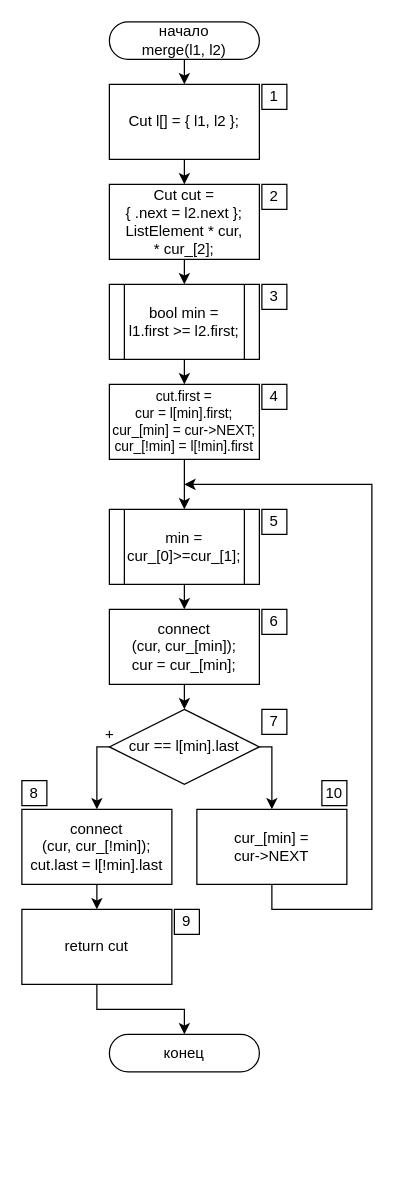
This is ПЗ/Diagrams/merge.drawio from Killfrra/AnP, a draw.io file, before an edit. Source tidied: cells renumbered, new cells numbered last; positions are measured from the earlier drawing's top-left corner, leaving out a move shared by most shapes. Both pictures are drawn from the tidied source at 125%, with x=0, y=0 at pixel (21, 21).
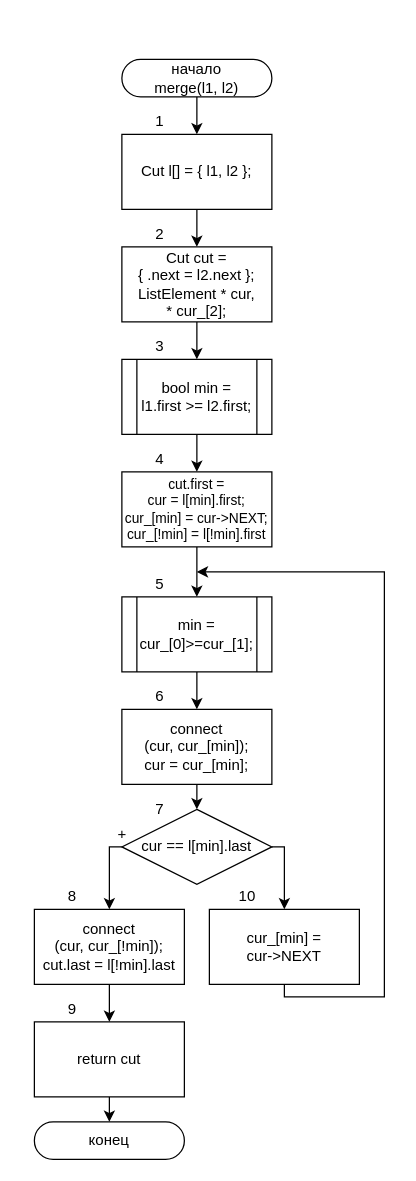
Above is the later version.

What changed in the source:
```diff
@@
     <mxCell id="3" value="начало&lt;br&gt;merge(l1, l2)" style="rounded=1;whiteSpace=wrap;html=1;arcSize=50;" parent="1" vertex="1">
-      <mxGeometry x="70" width="120" height="30" as="geometry" />
+      <mxGeometry x="80" y="30" width="120" height="30" as="geometry" />
     </mxCell>
     <mxCell id="4" value="конец" style="rounded=1;whiteSpace=wrap;html=1;arcSize=50;" parent="1" vertex="1">
-      <mxGeometry x="70" y="810" width="120" height="30" as="geometry" />
+      <mxGeometry x="10" y="880" width="120" height="30" as="geometry" />
     </mxCell>
     <mxCell id="5" value="cur == l[min].last" style="rhombus;whiteSpace=wrap;html=1;rounded=0;" parent="1" vertex="1">
-      <mxGeometry x="70" y="550" width="120" height="60" as="geometry" />
+      <mxGeometry x="80" y="630" width="120" height="60" as="geometry" />
     </mxCell>
@@
     <mxCell id="7" value="return cut" style="rounded=0;whiteSpace=wrap;html=1;" parent="1" vertex="1">
-      <mxGeometry y="710" width="120" height="60" as="geometry" />
+      <mxGeometry x="10" y="800" width="120" height="60" as="geometry" />
     </mxCell>
@@
     <mxCell id="9" value="connect&lt;br&gt;(cur, cur_[!min]);&lt;br&gt;cut.last = l[!min].last" style="rounded=0;whiteSpace=wrap;html=1;" parent="1" vertex="1">
-      <mxGeometry y="630" width="120" height="60" as="geometry" />
+      <mxGeometry x="10" y="710" width="120" height="60" as="geometry" />
     </mxCell>
     <mxCell id="10" style="edgeStyle=orthogonalEdgeStyle;rounded=0;jettySize=auto;html=1;exitX=0.5;exitY=1;exitDx=0;exitDy=0;" parent="1" edge="1" source="11">
       <mxGeometry relative="1" as="geometry">
-        <mxPoint x="130" y="370" as="targetPoint" />
+        <mxPoint x="140" y="440" as="targetPoint" />
         <Array as="points">
-          <mxPoint x="200" y="710" />
-          <mxPoint x="280" y="710" />
-          <mxPoint x="280" y="370" />
+          <mxPoint x="210" y="780" />
+          <mxPoint x="290" y="780" />
+          <mxPoint x="290" y="440" />
         </Array>
       </mxGeometry>
     </mxCell>
     <mxCell id="11" value="cur_[min] =&lt;br&gt;cur-&amp;gt;NEXT" style="rounded=0;whiteSpace=wrap;html=1;" parent="1" vertex="1">
-      <mxGeometry x="140" y="630" width="120" height="60" as="geometry" />
+      <mxGeometry x="150" y="710" width="120" height="60" as="geometry" />
     </mxCell>
     <mxCell id="12" style="edgeStyle=orthogonalEdgeStyle;rounded=0;jettySize=auto;html=1;exitX=0;exitY=0.5;exitDx=0;exitDy=0;entryX=0.5;entryY=0;entryDx=0;entryDy=0;" parent="1" edge="1" source="5" target="9">
       <mxGeometry relative="1" as="geometry">
         <Array as="points">
-          <mxPoint x="60" y="580" />
+          <mxPoint x="70" y="660" />
         </Array>
       </mxGeometry>
     </mxCell>
     <mxCell id="13" style="edgeStyle=orthogonalEdgeStyle;rounded=0;jettySize=auto;html=1;exitX=1;exitY=0.5;exitDx=0;exitDy=0;entryX=0.5;entryY=0;entryDx=0;entryDy=0;" parent="1" edge="1" source="5" target="11">
       <mxGeometry relative="1" as="geometry">
         <Array as="points">
-          <mxPoint x="200" y="580" />
+          <mxPoint x="210" y="660" />
         </Array>
       </mxGeometry>
     </mxCell>
@@
     <mxCell id="15" value="min =&lt;br&gt;cur_[0]&amp;gt;=cur_[1];" style="shape=process;whiteSpace=wrap;html=1;backgroundOutline=1;fontFamily=Helvetica;fontSize=12;fontColor=#000000;align=center;strokeColor=#000000;fillColor=#ffffff;" parent="1" vertex="1">
-      <mxGeometry x="70" y="390" width="120" height="60" as="geometry" />
+      <mxGeometry x="80" y="460" width="120" height="60" as="geometry" />
     </mxCell>
@@
     <mxCell id="17" value="bool min =&lt;br&gt;l1.first &amp;gt;= l2.first;" style="shape=process;whiteSpace=wrap;html=1;backgroundOutline=1;fontFamily=Helvetica;fontSize=12;fontColor=#000000;align=center;strokeColor=#000000;fillColor=#ffffff;" parent="1" vertex="1">
-      <mxGeometry x="70" y="210" width="120" height="60" as="geometry" />
+      <mxGeometry x="80" y="270" width="120" height="60" as="geometry" />
     </mxCell>
@@
     <mxCell id="19" value="&lt;p&gt;&lt;font style=&quot;font-size: 12px&quot;&gt;Cut cut =&lt;br&gt;{ .next = l2.next };&lt;br&gt;&lt;/font&gt;&lt;font style=&quot;font-size: 12px&quot;&gt;ListElement * cur,&lt;br&gt;* cur_[2];&lt;/font&gt;&lt;/p&gt;" style="rounded=0;whiteSpace=wrap;html=1;" parent="1" vertex="1">
-      <mxGeometry x="70" y="130" width="120" height="60" as="geometry" />
+      <mxGeometry x="80" y="180" width="120" height="60" as="geometry" />
     </mxCell>
@@
     <mxCell id="21" value="&lt;font style=&quot;font-size: 11px&quot;&gt;cut.first =&lt;br&gt;cur = l[min].first;&lt;br&gt;cur_[min] = cur-&amp;gt;NEXT;&lt;br&gt;cur_[!min] = l[!min].first&lt;/font&gt;" style="rounded=0;whiteSpace=wrap;html=1;fontSize=10;" parent="1" vertex="1">
-      <mxGeometry x="70" y="290" width="120" height="60" as="geometry" />
+      <mxGeometry x="80" y="360" width="120" height="60" as="geometry" />
     </mxCell>
@@
     <mxCell id="23" value="connect&lt;br&gt;(cur, cur_[min]);&lt;br&gt;cur = cur_[min];" style="rounded=0;whiteSpace=wrap;html=1;" parent="1" vertex="1">
-      <mxGeometry x="70" y="470" width="120" height="60" as="geometry" />
+      <mxGeometry x="80" y="550" width="120" height="60" as="geometry" />
     </mxCell>
-    <mxCell id="24" value="2" style="whiteSpace=wrap;html=1;" parent="1" vertex="1">
-      <mxGeometry x="192" y="130" width="20" height="20" as="geometry" />
-    </mxCell>
-    <mxCell id="25" value="4" style="whiteSpace=wrap;html=1;" parent="1" vertex="1">
-      <mxGeometry x="192" y="290" width="20" height="20" as="geometry" />
-    </mxCell>
-    <mxCell id="26" value="3" style="whiteSpace=wrap;html=1;" parent="1" vertex="1">
-      <mxGeometry x="192" y="210" width="20" height="20" as="geometry" />
-    </mxCell>
-    <mxCell id="27" value="5" style="whiteSpace=wrap;html=1;" parent="1" vertex="1">
-      <mxGeometry x="192" y="390" width="20" height="20" as="geometry" />
-    </mxCell>
-    <mxCell id="28" value="6" style="whiteSpace=wrap;html=1;" parent="1" vertex="1">
-      <mxGeometry x="192" y="470" width="20" height="20" as="geometry" />
-    </mxCell>
-    <mxCell id="29" value="7" style="whiteSpace=wrap;html=1;" parent="1" vertex="1">
-      <mxGeometry x="192" y="550" width="20" height="20" as="geometry" />
-    </mxCell>
-    <mxCell id="30" value="10" style="whiteSpace=wrap;html=1;" parent="1" vertex="1">
-      <mxGeometry x="240" y="607" width="20" height="20" as="geometry" />
-    </mxCell>
-    <mxCell id="31" value="8" style="whiteSpace=wrap;html=1;" parent="1" vertex="1">
-      <mxGeometry y="607" width="20" height="20" as="geometry" />
-    </mxCell>
-    <mxCell id="32" value="9" style="whiteSpace=wrap;html=1;" parent="1" vertex="1">
-      <mxGeometry x="122" y="710" width="20" height="20" as="geometry" />
-    </mxCell>
     <mxCell id="33" value="+" style="text;html=1;align=center;verticalAlign=middle;" parent="1" vertex="1">
-      <mxGeometry x="60" y="560" width="20" height="20" as="geometry" />
+      <mxGeometry x="70" y="640" width="20" height="20" as="geometry" />
     </mxCell>
@@
     <mxCell id="35" value="&lt;p&gt;Cut l[] = { l1, l2 };&lt;br&gt;&lt;/p&gt;" style="rounded=0;whiteSpace=wrap;html=1;" parent="1" vertex="1">
-      <mxGeometry x="70" y="50" width="120" height="60" as="geometry" />
+      <mxGeometry x="80" y="90" width="120" height="60" as="geometry" />
     </mxCell>
-    <mxCell id="36" value="1" style="whiteSpace=wrap;html=1;" parent="1" vertex="1">
-      <mxGeometry x="192" y="50" width="20" height="20" as="geometry" />
+    <mxCell id="36" value="1" style="text;html=1;align=center;verticalAlign=middle;" parent="1" vertex="1">
+      <mxGeometry x="100" y="70" width="20" height="20" as="geometry" />
     </mxCell>
+    <mxCell id="24" value="2" style="text;html=1;align=center;verticalAlign=middle;" parent="1" vertex="1">
+      <mxGeometry x="100" y="160" width="20" height="20" as="geometry" />
+    </mxCell>
+    <mxCell id="26" value="3" style="text;html=1;align=center;verticalAlign=middle;" parent="1" vertex="1">
+      <mxGeometry x="100" y="250" width="20" height="20" as="geometry" />
+    </mxCell>
+    <mxCell id="25" value="4" style="text;html=1;align=center;verticalAlign=middle;" parent="1" vertex="1">
+      <mxGeometry x="100" y="340" width="20" height="20" as="geometry" />
+    </mxCell>
+    <mxCell id="27" value="5" style="text;html=1;align=center;verticalAlign=middle;" parent="1" vertex="1">
+      <mxGeometry x="100" y="440" width="20" height="20" as="geometry" />
+    </mxCell>
+    <mxCell id="28" value="6" style="text;html=1;align=center;verticalAlign=middle;" parent="1" vertex="1">
+      <mxGeometry x="100" y="530" width="20" height="20" as="geometry" />
+    </mxCell>
+    <mxCell id="29" value="7" style="text;html=1;align=center;verticalAlign=middle;" parent="1" vertex="1">
+      <mxGeometry x="100" y="620" width="20" height="20" as="geometry" />
+    </mxCell>
+    <mxCell id="31" value="8" style="text;html=1;align=center;verticalAlign=middle;" parent="1" vertex="1">
+      <mxGeometry x="30" y="690" width="20" height="20" as="geometry" />
+    </mxCell>
+    <mxCell id="30" value="10" style="text;html=1;align=center;verticalAlign=middle;" parent="1" vertex="1">
+      <mxGeometry x="165" y="690" width="30" height="20" as="geometry" />
+    </mxCell>
+    <mxCell id="32" value="9" style="text;html=1;align=center;verticalAlign=middle;" parent="1" vertex="1">
+      <mxGeometry x="30" y="780" width="20" height="20" as="geometry" />
+    </mxCell>
```
